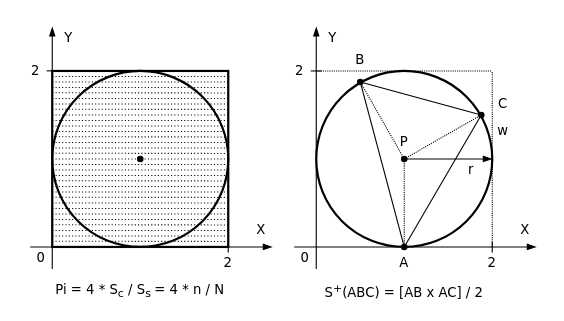
Above: projects/examples/source/section_09/random_generation.drawio in i-s-m-mipt/Education (draw.io), before the change. Source tidied: cells renumbered, new cells numbered last; positions are measured from the earlier drawing's top-left corner, leaving out a move shared by most shapes. Both pictures are drawn from the tidied source at 110%, with x=0, y=0 at pixel (19, 26).
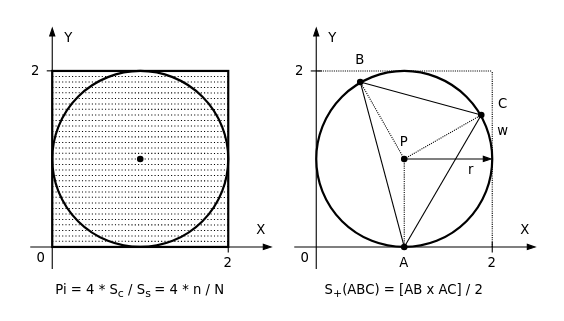
The same diagram, later.

Commit message (it also covers changes not shown here):
Обновлена схема random_generation.

What changed in the source:
```diff
@@
-    <mxCell id="68" value="&lt;font face=&quot;Verdana&quot;&gt;S&lt;sup&gt;+&lt;/sup&gt;(ABC) = [AB x AC] / 2&lt;/font&gt;" style="text;html=1;align=center;verticalAlign=middle;whiteSpace=wrap;rounded=0;" parent="1" vertex="1">
+    <mxCell id="68" value="&lt;font face=&quot;Verdana&quot;&gt;S&lt;sub&gt;+&lt;/sub&gt;(ABC) = [AB x AC] / 2&lt;/font&gt;" style="text;html=1;align=center;verticalAlign=middle;whiteSpace=wrap;rounded=0;" parent="1" vertex="1">
       <mxGeometry x="250" y="230" width="200" height="20" as="geometry" />
     </mxCell>
```
